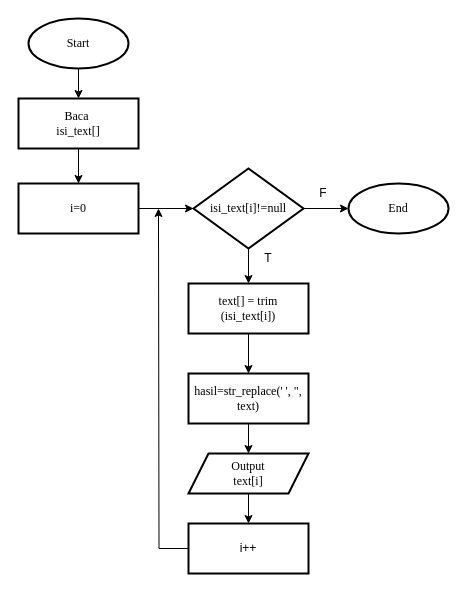
This is Paper_1711502821_Wahyu Desena/Draw.io/Flowchart/Trim.drawio from desenawahyu17/similarity-checker, a draw.io file, before an edit. Source tidied: cells renumbered, new cells numbered last; positions are measured from the earlier drawing's top-left corner, leaving out a move shared by most shapes. Both pictures are drawn from the tidied source at 100%, with x=0, y=0 at pixel (18, 18).
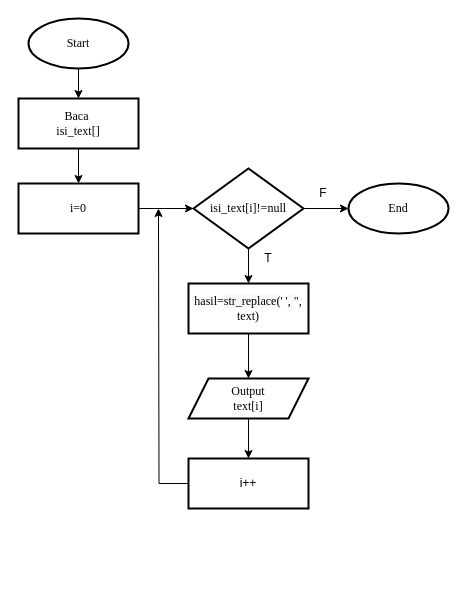
After the change.

The edit, as a diff of the source:
```diff
@@
-    <mxCell id="12" style="edgeStyle=orthogonalEdgeStyle;rounded=0;jettySize=auto;html=1;" parent="1" edge="1" source="13" target="15">
+    <mxCell id="12" style="edgeStyle=orthogonalEdgeStyle;rounded=0;jettySize=auto;html=1;" parent="1" edge="1" source="13" target="17">
       <mxGeometry relative="1" as="geometry" />
     </mxCell>
-    <mxCell id="13" value="&lt;font face=&quot;Times New Roman&quot;&gt;text[] = trim&lt;br&gt;(isi_text[i])&lt;/font&gt;" style="whiteSpace=wrap;html=1;strokeWidth=2;" parent="1" vertex="1">
+    <mxCell id="13" value="&lt;span style=&quot;font-family: &amp;#34;times new roman&amp;#34;&quot;&gt;hasil=&lt;/span&gt;&lt;span style=&quot;font-family: &amp;#34;times new roman&amp;#34; ; background-color: rgb(249 , 249 , 250)&quot;&gt;str_replace(&lt;/span&gt;&lt;span class=&quot;string&quot; style=&quot;font-family: &amp;#34;times new roman&amp;#34;&quot;&gt;' '&lt;/span&gt;&lt;span style=&quot;font-family: &amp;#34;times new roman&amp;#34; ; background-color: rgb(249 , 249 , 250)&quot;&gt;,&amp;nbsp;&lt;/span&gt;&lt;span class=&quot;string&quot; style=&quot;font-family: &amp;#34;times new roman&amp;#34;&quot;&gt;&quot;, text)&lt;/span&gt;" style="whiteSpace=wrap;html=1;strokeWidth=2;" parent="1" vertex="1">
       <mxGeometry x="170" y="265" width="120" height="50" as="geometry" />
     </mxCell>
-    <mxCell id="14" style="edgeStyle=orthogonalEdgeStyle;rounded=0;jettySize=auto;html=1;" parent="1" edge="1" source="15" target="17">
-      <mxGeometry relative="1" as="geometry" />
-    </mxCell>
-    <mxCell id="15" value="&lt;font style=&quot;font-size: 12px&quot; face=&quot;Times New Roman&quot;&gt;hasil=&lt;span style=&quot;background-color: rgb(249 , 249 , 250)&quot;&gt;str_replace(&lt;/span&gt;&lt;span class=&quot;string&quot;&gt;' '&lt;/span&gt;&lt;span style=&quot;background-color: rgb(249 , 249 , 250)&quot;&gt;, &lt;/span&gt;&lt;span class=&quot;string&quot;&gt;&quot;, text)&lt;/span&gt;&lt;/font&gt;" style="whiteSpace=wrap;html=1;strokeWidth=2;" parent="1" vertex="1">
-      <mxGeometry x="170" y="355" width="120" height="50" as="geometry" />
-    </mxCell>
@@
     <mxCell id="17" value="&lt;font face=&quot;Times New Roman&quot;&gt;Output&lt;br&gt;text[i]&lt;/font&gt;" style="shape=parallelogram;perimeter=parallelogramPerimeter;whiteSpace=wrap;html=1;fixedSize=1;strokeWidth=2;" parent="1" vertex="1">
-      <mxGeometry x="170" y="435" width="120" height="40" as="geometry" />
+      <mxGeometry x="170" y="360" width="120" height="40" as="geometry" />
     </mxCell>
@@
     <mxCell id="19" value="i++" style="whiteSpace=wrap;html=1;strokeWidth=2;" parent="1" vertex="1">
-      <mxGeometry x="170" y="505" width="120" height="50" as="geometry" />
+      <mxGeometry x="170" y="440" width="120" height="50" as="geometry" />
     </mxCell>
```
